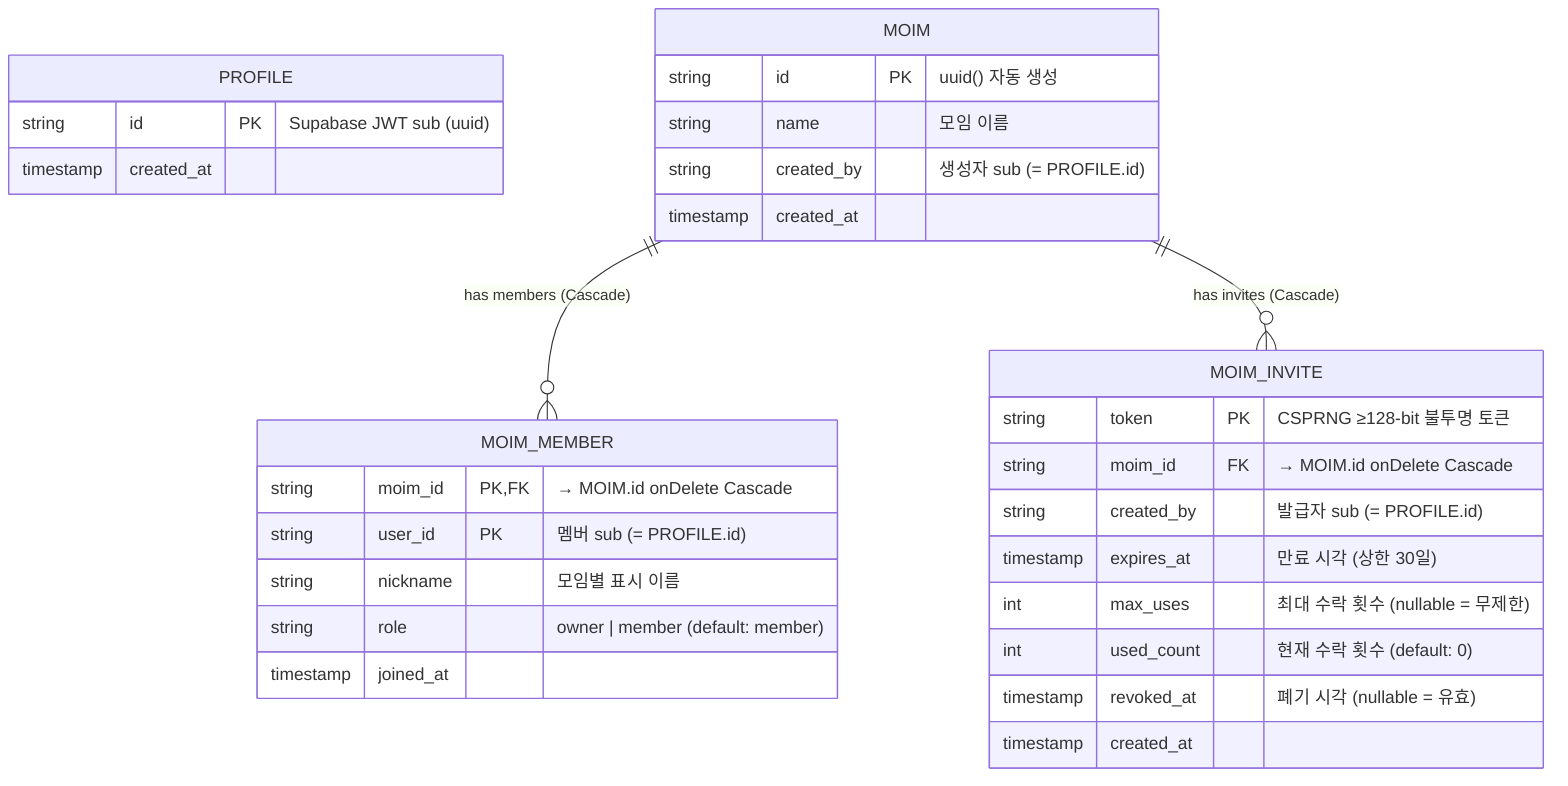
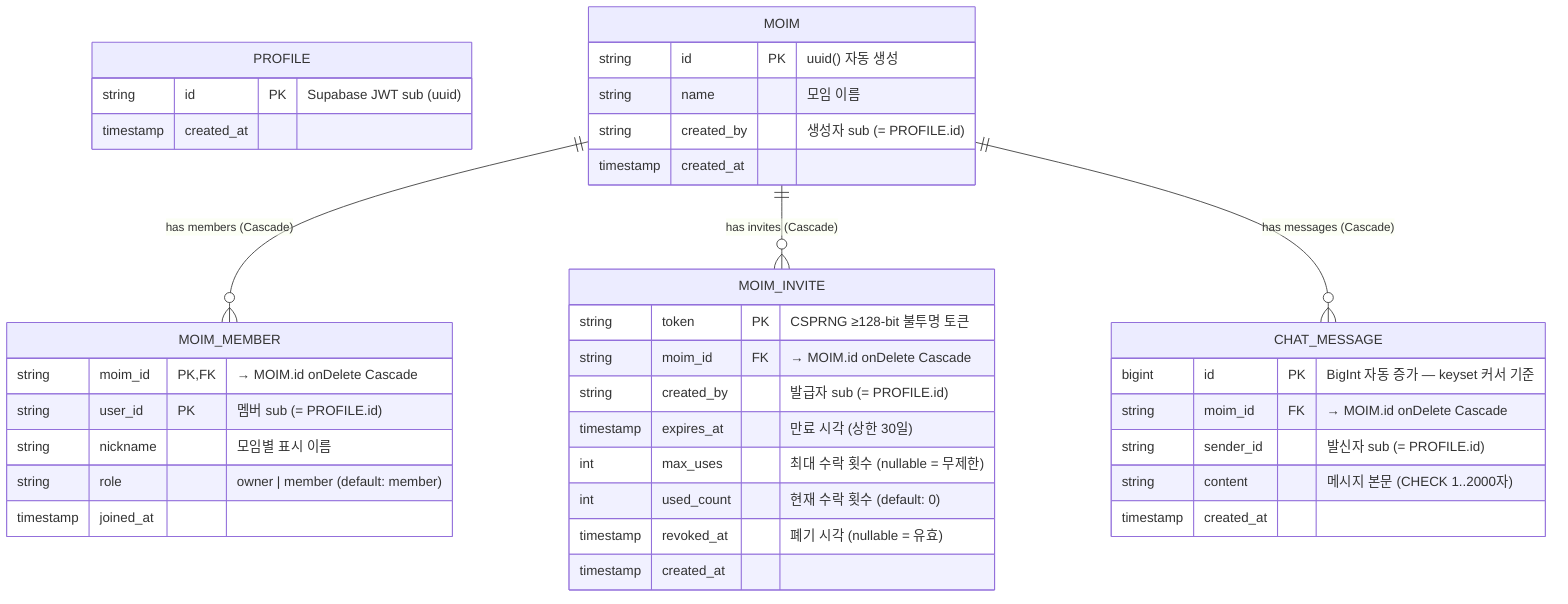
%% Mermaid ER diagram — 수동 갱신 (db.yaml auto-sync 비활성)
%% 기준: apps/backend/prisma/schema.prisma + 마이그레이션 파일
- %% 최종 갱신: 2026-06-13 (SPEC-MOIM-002 sync)
+ %% 최종 갱신: 2026-06-14 (SPEC-CHAT-001 sync)
erDiagram
    PROFILE {
        string id PK "Supabase JWT sub (uuid)"
        timestamp created_at
    }

    MOIM {
        string id PK "uuid() 자동 생성"
        string name "모임 이름"
        string created_by "생성자 sub (= PROFILE.id)"
        timestamp created_at
    }

    MOIM_MEMBER {
        string moim_id PK,FK "→ MOIM.id onDelete Cascade"
        string user_id PK "멤버 sub (= PROFILE.id)"
        string nickname "모임별 표시 이름"
        string role "owner | member (default: member)"
        timestamp joined_at
    }

    MOIM_INVITE {
        string token PK "CSPRNG ≥128-bit 불투명 토큰"
        string moim_id FK "→ MOIM.id onDelete Cascade"
        string created_by "발급자 sub (= PROFILE.id)"
        timestamp expires_at "만료 시각 (상한 30일)"
        int max_uses "최대 수락 횟수 (nullable = 무제한)"
        int used_count "현재 수락 횟수 (default: 0)"
        timestamp revoked_at "폐기 시각 (nullable = 유효)"
        timestamp created_at
    }

+     CHAT_MESSAGE {
+         bigint id PK "BigInt 자동 증가 — keyset 커서 기준"
+         string moim_id FK "→ MOIM.id onDelete Cascade"
+         string sender_id "발신자 sub (= PROFILE.id)"
+         string content "메시지 본문 (CHECK 1..2000자)"
+         timestamp created_at
+     }
+ 
    MOIM ||--o{ MOIM_MEMBER : "has members (Cascade)"
    MOIM ||--o{ MOIM_INVITE : "has invites (Cascade)"
+     MOIM ||--o{ CHAT_MESSAGE : "has messages (Cascade)"
